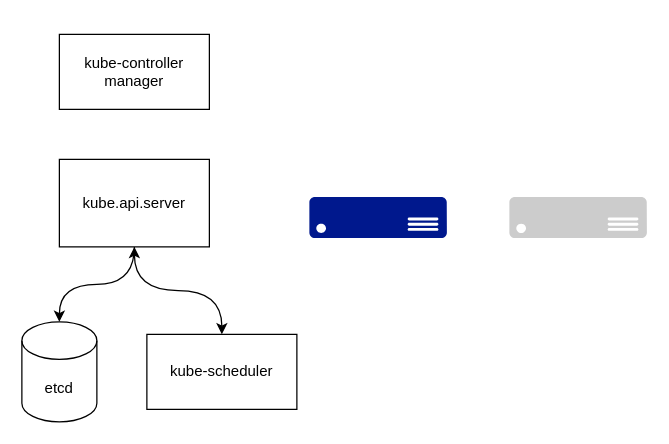
Before: k8s-pbspro.drawio in doddam-manjunath/diagram_io, a draw.io diagram. Source tidied: cells renumbered, new cells numbered last; positions are measured from the earlier drawing's top-left corner, leaving out a move shared by most shapes. Both pictures are drawn from the tidied source at 125%, with x=0, y=0 at pixel (21, 34).
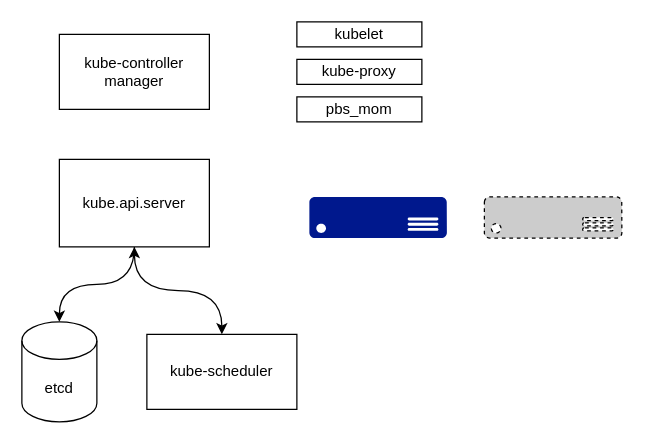
The same diagram, later.

What changed in the source:
```diff
@@
 <mxGraphModel>
   <root>
     <mxCell id="0" />
     <mxCell id="1" parent="0" />
     <mxCell id="2" style="edgeStyle=orthogonalEdgeStyle;rounded=0;jettySize=auto;html=1;exitX=0.5;exitY=1;exitDx=0;exitDy=0;entryX=0.5;entryY=0;entryDx=0;entryDy=0;entryPerimeter=0;curved=1;" parent="1" edge="1" source="3" target="7">
       <mxGeometry relative="1" as="geometry" />
     </mxCell>
     <mxCell id="3" value="kube.api.server" style="rounded=0;whiteSpace=wrap;html=1;" parent="1" vertex="1">
       <mxGeometry x="30" y="100" width="120" height="70" as="geometry" />
     </mxCell>
     <mxCell id="4" style="edgeStyle=orthogonalEdgeStyle;rounded=0;jettySize=auto;html=1;exitX=0.5;exitY=0;exitDx=0;exitDy=0;startArrow=classic;startFill=1;elbow=vertical;curved=1;entryX=0.5;entryY=1;entryDx=0;entryDy=0;" parent="1" edge="1" source="5" target="3">
       <mxGeometry relative="1" as="geometry" />
     </mxCell>
     <mxCell id="5" value="kube-scheduler" style="rounded=0;whiteSpace=wrap;html=1;" parent="1" vertex="1">
       <mxGeometry x="100" y="240" width="120" height="60" as="geometry" />
     </mxCell>
     <mxCell id="6" value="kube-controller manager" style="rounded=0;whiteSpace=wrap;html=1;" parent="1" vertex="1">
       <mxGeometry x="30" width="120" height="60" as="geometry" />
     </mxCell>
     <mxCell id="7" value="etcd" style="shape=cylinder3;whiteSpace=wrap;html=1;boundedLbl=1;backgroundOutline=1;size=15;" parent="1" vertex="1">
       <mxGeometry y="230" width="60" height="80" as="geometry" />
     </mxCell>
     <mxCell id="8" style="sketch=0;shadow=0;dashed=0;html=1;strokeColor=none;labelPosition=center;verticalLabelPosition=bottom;verticalAlign=top;align=center;fillColor=#00188D;shape=mxgraph.azure.server;" parent="1" vertex="1">
       <mxGeometry x="230" y="130" width="110" height="33" as="geometry" />
     </mxCell>
-    <mxCell id="9" style="sketch=0;shadow=0;dashed=1;html=1;strokeColor=none;labelPosition=center;verticalLabelPosition=bottom;verticalAlign=top;align=center;fillColor=#CCCCCC;shape=mxgraph.azure.server;" parent="1" vertex="1">
-      <mxGeometry x="390" y="130" width="110" height="33" as="geometry" />
+    <mxCell id="9" style="sketch=0;shadow=0;dashed=1;html=1;strokeColor=#000000;labelPosition=center;verticalLabelPosition=bottom;verticalAlign=top;align=center;fillColor=#CCCCCC;shape=mxgraph.azure.server;strokeWidth=1;" parent="1" vertex="1">
+      <mxGeometry x="370" y="130" width="110" height="33" as="geometry" />
     </mxCell>
+    <mxCell id="10" value="pbs_mom" style="rounded=0;whiteSpace=wrap;html=1;" parent="1" vertex="1">
+      <mxGeometry x="220" y="50" width="100" height="20" as="geometry" />
+    </mxCell>
+    <mxCell id="11" value="kube-proxy" style="rounded=0;whiteSpace=wrap;html=1;" parent="1" vertex="1">
+      <mxGeometry x="220" y="20" width="100" height="20" as="geometry" />
+    </mxCell>
+    <mxCell id="12" value="kubelet" style="rounded=0;whiteSpace=wrap;html=1;" parent="1" vertex="1">
+      <mxGeometry x="220" y="-10" width="100" height="20" as="geometry" />
+    </mxCell>
   </root>
 </mxGraphModel>
```
